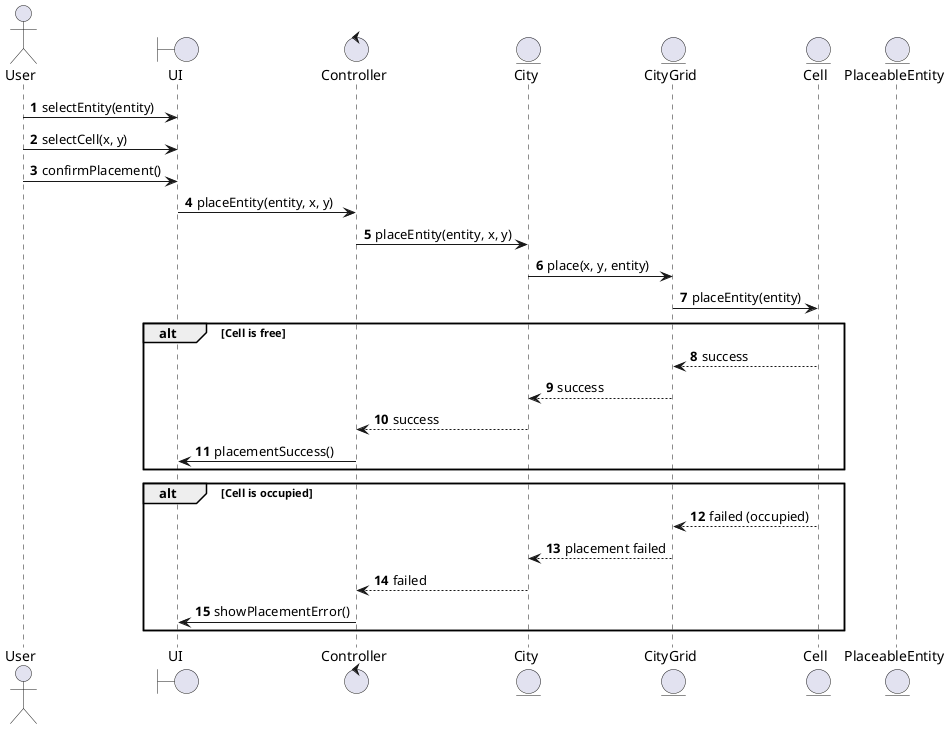
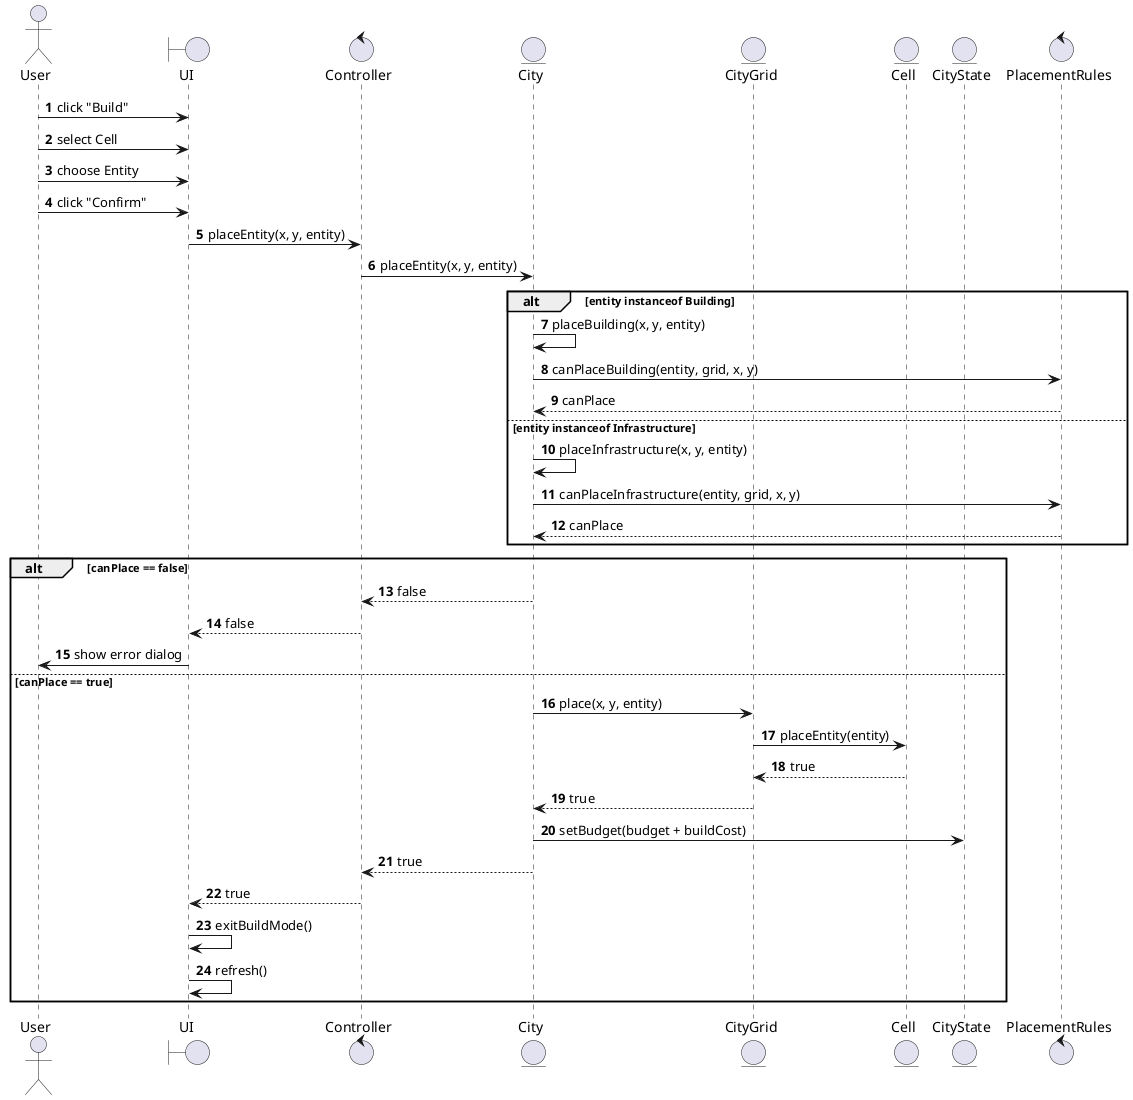
@startuml
autonumber

actor User
boundary UI
control Controller
entity City
entity CityGrid
entity Cell
- entity PlaceableEntity
+ entity CityState
+ control PlacementRules

- User -> UI : selectEntity(entity)
- User -> UI : selectCell(x, y)
- User -> UI : confirmPlacement()
+ User -> UI : click "Build"
+ User -> UI : select Cell
+ User -> UI : choose Entity
+ User -> UI : click "Confirm"

- UI -> Controller : placeEntity(entity, x, y)
+ UI -> Controller : placeEntity(x, y, entity)

- Controller -> City : placeEntity(entity, x, y)
- City -> CityGrid : place(x, y, entity)
- CityGrid -> Cell : placeEntity(entity)
+ Controller -> City : placeEntity(x, y, entity)

- alt Cell is free
-     Cell --> CityGrid : success
-     CityGrid --> City : success
-     City --> Controller : success
-     Controller -> UI : placementSuccess()
+ alt entity instanceof Building
+     City -> City : placeBuilding(x, y, entity)
+     City -> PlacementRules : canPlaceBuilding(entity, grid, x, y)
+     PlacementRules --> City : canPlace
+ else entity instanceof Infrastructure
+     City -> City : placeInfrastructure(x, y, entity)
+     City -> PlacementRules : canPlaceInfrastructure(entity, grid, x, y)
+     PlacementRules --> City : canPlace
end

- alt Cell is occupied
-     Cell --> CityGrid : failed (occupied)
-     CityGrid --> City : placement failed
-     City --> Controller : failed
-     Controller -> UI : showPlacementError()
- end
+ alt canPlace == false
+     City --> Controller : false
+     Controller --> UI : false
+     UI -> User : show error dialog
+ else canPlace == true
+     City -> CityGrid : place(x, y, entity)
+     CityGrid -> Cell : placeEntity(entity)

+     Cell --> CityGrid : true
+     CityGrid --> City : true
+ 
+     City -> CityState : setBudget(budget + buildCost)
+ 
+     City --> Controller : true
+     Controller --> UI : true
+ 
+     UI -> UI : exitBuildMode()
+     UI -> UI : refresh()
+  end
@enduml
